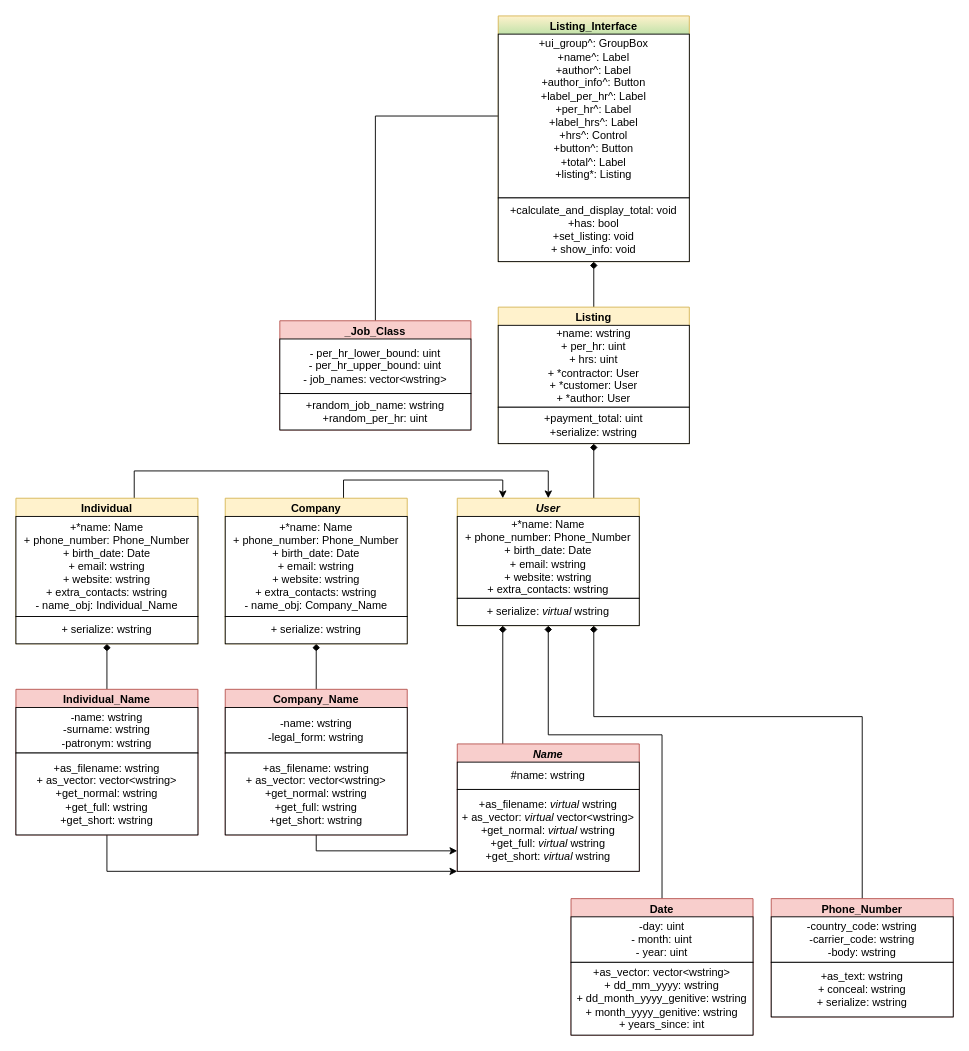
The draw.io diagram Coursework_UML.drawio in ThatOneGriff/Programming-Coursework, before the edit. Source tidied: cells renumbered, new cells numbered last; positions are measured from the earlier drawing's top-left corner, leaving out a move shared by most shapes. Both pictures are drawn from the tidied source at 91%, with x=0, y=0 at pixel (15, 15).
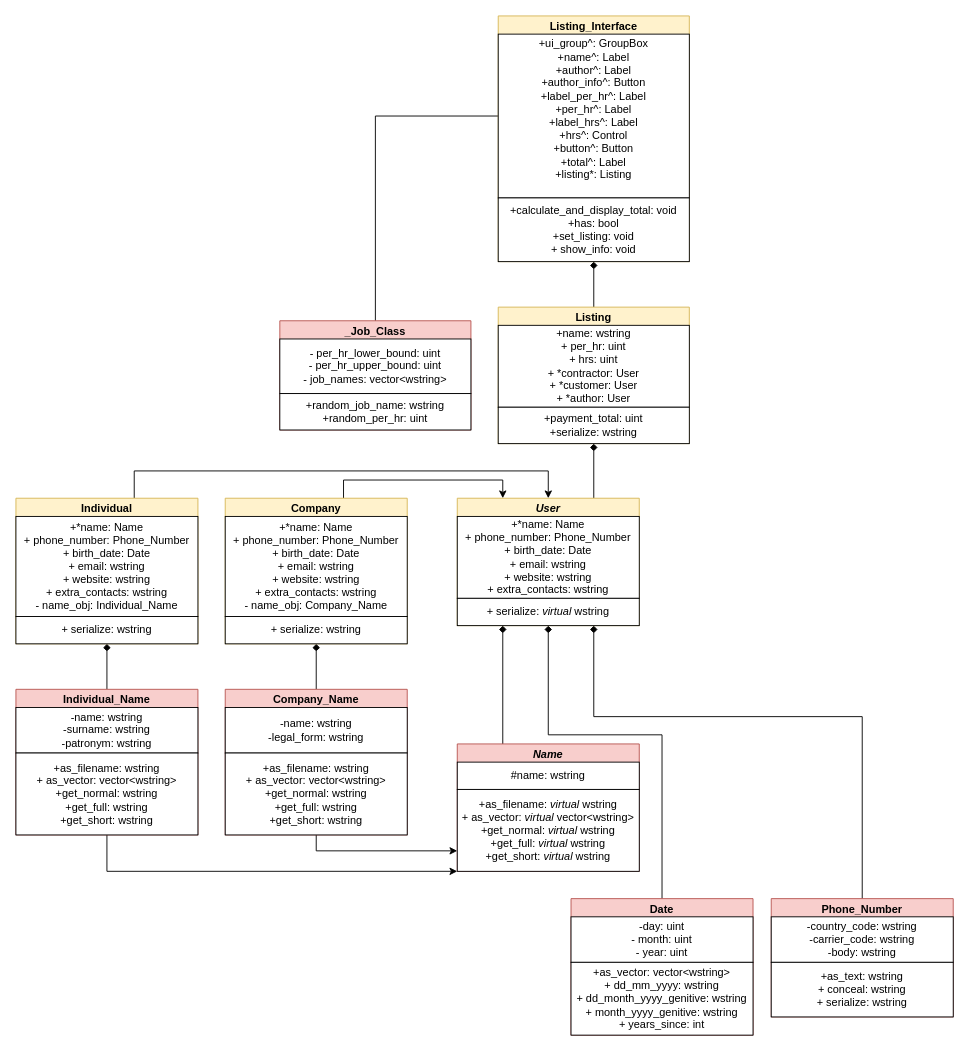
After the change.

The edit, as a diff of the source:
```diff
@@
-    <mxCell id="44" value="Listing_Interface" style="swimlane;whiteSpace=wrap;html=1;fillColor=#fff2cc;strokeColor=#d6b656;gradientColor=#B9E0A5;" parent="1" vertex="1">
+    <mxCell id="44" value="Listing_Interface" style="swimlane;whiteSpace=wrap;html=1;fillColor=#fff2cc;strokeColor=#d6b656;gradientColor=none;" parent="1" vertex="1">
       <mxGeometry x="530" width="210" height="270" as="geometry" />
     </mxCell>
```
